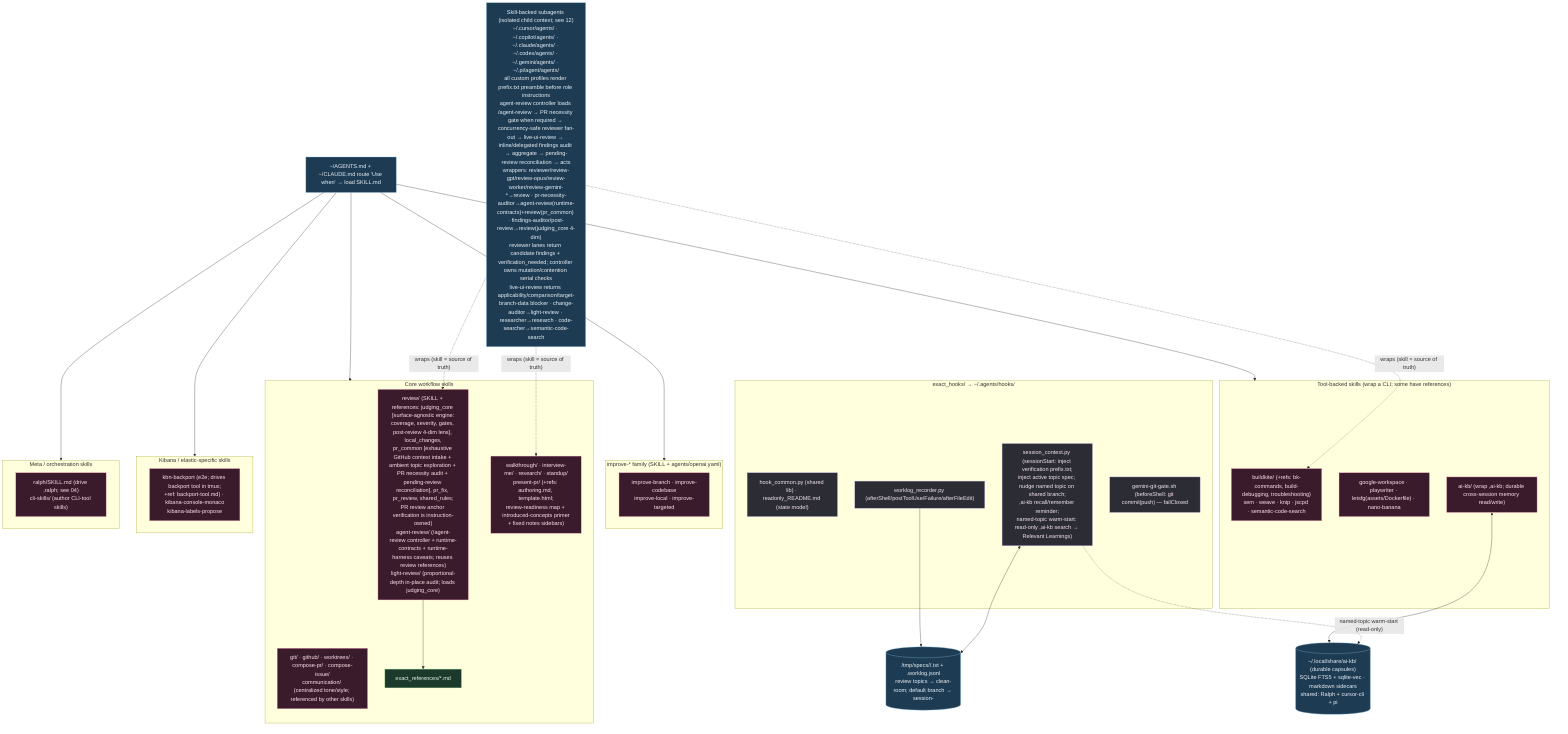
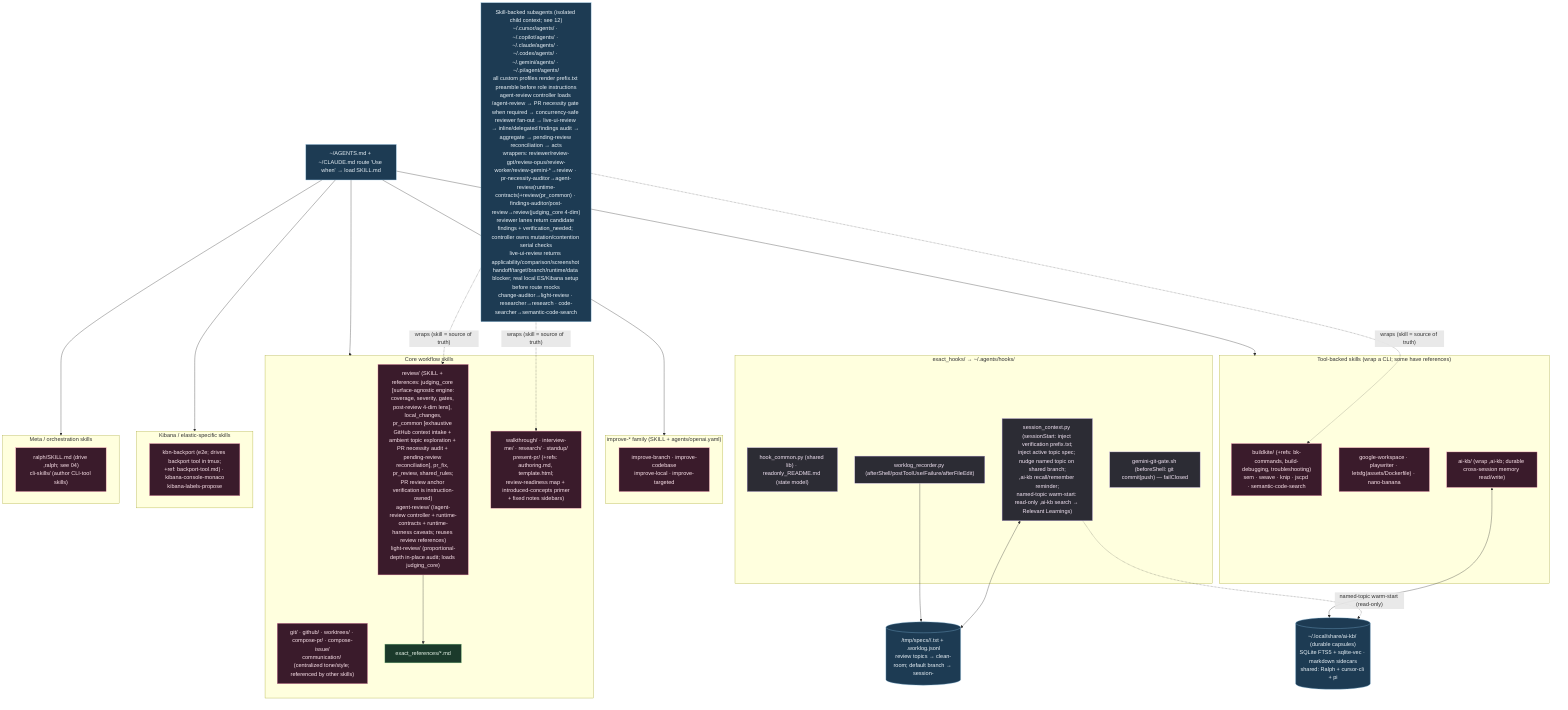
%% ============================================================================
%% 03b-agent-skills-hooks.mmd — Every file under home/exact_dot_agents/ (61).
%% Skills → ~/.agents/skills/ (intent-routed SKILL.md). Shared hooks → ~/.agents/hooks/.
%% ============================================================================
flowchart TB
    classDef skill fill:#3a1b2b,stroke:#f48fb1,color:#fce4ec;
    classDef hook fill:#2c2c34,stroke:#b39ddb,color:#f3e5f5;
    classDef ref fill:#1b3a2b,stroke:#81c784,color:#e8f5e9;
    classDef data fill:#1d3b53,stroke:#7fb3d5,color:#eaf2f8;

    subgraph HOOKS["exact_hooks/ → ~/.agents/hooks/"]
        HC["hook_common.py (shared lib) · readonly_README.md (state model)"]:::hook
        SCx["session_context.py (sessionStart: inject verification prefix.txt;<br/>inject active topic spec; nudge named topic on shared branch;<br/>,ai-kb recall/remember reminder;<br/>named-topic warm-start: read-only ,ai-kb search → Relevant Learnings)"]:::hook
        WLx["worklog_recorder.py (afterShell/postToolUse/Failure/afterFileEdit)"]:::hook
        GG["gemini-git-gate.sh (beforeShell: git commit|push) — failClosed"]:::hook
    end

    MEM[("/tmp/specs/<pwd>/<topic>.txt + .worklog.jsonl<br/>review topics → clean-room; default branch → session-<id>")]:::data
    SCx <--> MEM
    WLx --> MEM

    KBDB[("~/.local/share/ai-kb/ (durable capsules)<br/>SQLite FTS5 + sqlite-vec · markdown sidecars<br/>shared: Ralph + cursor-cli + pi")]:::data
    SCx -. "named-topic warm-start (read-only)" .-> KBDB

    subgraph CORE["Core workflow skills"]
        S1["review/ (SKILL + references: judging_core [surface-agnostic engine:<br/>coverage, severity, gates, post-review 4-dim lens], local_changes,<br/>pr_common [exhaustive GitHub context intake + ambient topic exploration + PR necessity audit + pending-review reconciliation], pr_fix, pr_review, shared_rules;<br/>PR review anchor verification is instruction-owned)<br/>agent-review/ (/agent-review controller + runtime-contracts + runtime-harness caveats; reuses review references)<br/>light-review/ (proportional-depth in-place audit; loads judging_core)"]:::skill
        S2["git/ · github/ · worktrees/ · compose-pr/ · compose-issue/<br/>communication/ (centralized tone/style; referenced by other skills)"]:::skill
        S3["walkthrough/ · interview-me/ · research/ · standup/<br/>present-pr/ (+refs: authoring.md, template.html;<br/>review-readiness map + introduced-concepts primer<br/>+ fixed notes sidebars)"]:::skill
        S1 --> R1["exact_references/*.md"]:::ref
    end

    subgraph IMPROVE["improve-* family (SKILL + agents/openai.yaml)"]
        S4["improve-branch · improve-codebase<br/>improve-local · improve-targeted"]:::skill
    end

    subgraph TOOLS["Tool-backed skills (wrap a CLI; some have references)"]
        S5["buildkite/ (+refs: bk-commands, build-debugging, troubleshooting)<br/>sem · weave · knip · jscpd · semantic-code-search"]:::skill
        S6["google-workspace · playwriter · letsfg(assets/Dockerfile) · nano-banana"]:::skill
        S7["ai-kb/ (wrap ,ai-kb; durable cross-session memory read/write)"]:::skill
    end

    subgraph KBN["Kibana / elastic-specific skills"]
        S8["kbn-backport (e2e; drives backport tool in tmux;<br/>+ref: backport-tool.md) · kibana-console-monaco<br/>kibana-labels-propose"]:::skill
    end

    subgraph META["Meta / orchestration skills"]
        S9["ralph/SKILL.md (drive ,ralph; see 04)<br/>cli-skills/ (author CLI-tool skills)"]:::skill
    end

    SOPS["~/AGENTS.md + ~/CLAUDE.md route 'Use when' → load SKILL.md"]:::data
    SOPS --> CORE & IMPROVE & TOOLS & KBN & META
    S7 <--> KBDB

-     SUBA["Skill-backed subagents (isolated child context; see 12)<br/>~/.cursor/agents/ · ~/.copilot/agents/ · ~/.claude/agents/ · ~/.codex/agents/ · ~/.gemini/agents/ · ~/.pi/agent/agents/<br/>all custom profiles render prefix.txt preamble before role instructions<br/>agent-review controller loads /agent-review → PR necessity gate when required → concurrency-safe reviewer fan-out → live-ui-review → inline/delegated findings audit → aggregate → pending-review reconciliation → acts<br/>wrappers: reviewer/review-gpt/review-opus/review-worker/review-gemini-*→review · pr-necessity-auditor→agent-review(runtime-contracts)+review(pr_common) · findings-auditor/post-review→review(judging_core 4-dim)<br/>reviewer lanes return candidate findings + verification_needed; controller owns mutation/contention serial checks<br/>live-ui-review returns applicability/comparison/target-branch-data blocker · change-auditor→light-review · researcher→research · code-searcher→semantic-code-search"]:::data
+     SUBA["Skill-backed subagents (isolated child context; see 12)<br/>~/.cursor/agents/ · ~/.copilot/agents/ · ~/.claude/agents/ · ~/.codex/agents/ · ~/.gemini/agents/ · ~/.pi/agent/agents/<br/>all custom profiles render prefix.txt preamble before role instructions<br/>agent-review controller loads /agent-review → PR necessity gate when required → concurrency-safe reviewer fan-out → live-ui-review → inline/delegated findings audit → aggregate → pending-review reconciliation → acts<br/>wrappers: reviewer/review-gpt/review-opus/review-worker/review-gemini-*→review · pr-necessity-auditor→agent-review(runtime-contracts)+review(pr_common) · findings-auditor/post-review→review(judging_core 4-dim)<br/>reviewer lanes return candidate findings + verification_needed; controller owns mutation/contention serial checks<br/>live-ui-review returns applicability/comparison/screenshot handoff/target/branch/runtime/data blocker; real local ES/Kibana setup before route mocks<br/>change-auditor→light-review · researcher→research · code-searcher→semantic-code-search"]:::data
    SUBA -.->|"wraps (skill = source of truth)"| S1 & S3 & S5
